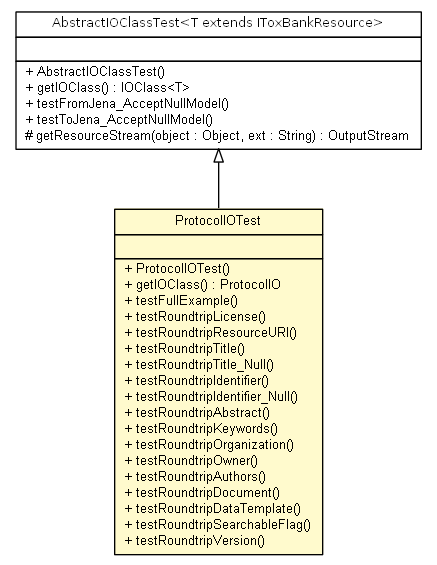
ToxBank/toxbank-api-beans keeps this Graphviz diagram as testapidocs/net/toxbank/client/io/rdf/ProtocolIOTest.png. Above is the earlier version. Its source is kept beside it as testapidocs/net/toxbank/client/io/rdf/ProtocolIOTest.dot.
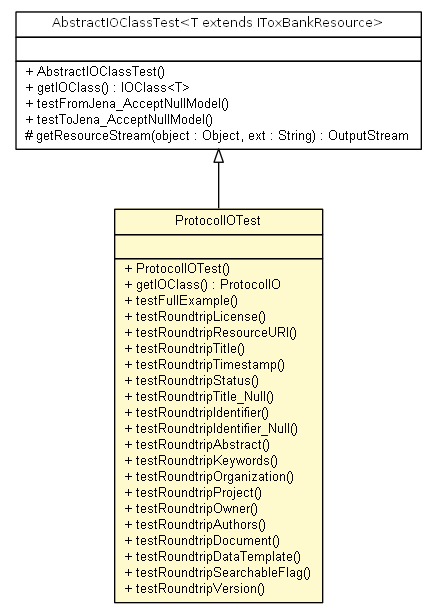
After the change.

Change to the diagram source:
```diff
@@ -16,12 +16,15 @@
 			<tr><td align="left"> + testRoundtripLicense() </td></tr>
 			<tr><td align="left"> + testRoundtripResourceURI() </td></tr>
 			<tr><td align="left"> + testRoundtripTitle() </td></tr>
+			<tr><td align="left"> + testRoundtripTimestamp() </td></tr>
+			<tr><td align="left"> + testRoundtripStatus() </td></tr>
 			<tr><td align="left"> + testRoundtripTitle_Null() </td></tr>
 			<tr><td align="left"> + testRoundtripIdentifier() </td></tr>
 			<tr><td align="left"> + testRoundtripIdentifier_Null() </td></tr>
 			<tr><td align="left"> + testRoundtripAbstract() </td></tr>
 			<tr><td align="left"> + testRoundtripKeywords() </td></tr>
 			<tr><td align="left"> + testRoundtripOrganization() </td></tr>
+			<tr><td align="left"> + testRoundtripProject() </td></tr>
 			<tr><td align="left"> + testRoundtripOwner() </td></tr>
 			<tr><td align="left"> + testRoundtripAuthors() </td></tr>
 			<tr><td align="left"> + testRoundtripDocument() </td></tr>
```
